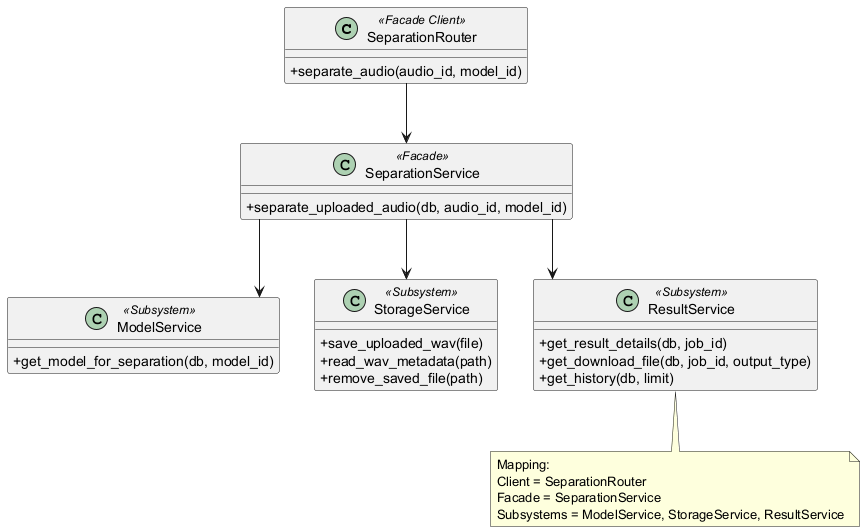
The PlantUML diagram docs/software_design_report/diagrams/img/facade_project.png in ASHRAF-2004/Machine-Learning-Based-System-for-Cardiopulmonary-Sound-Separation, before a commit.
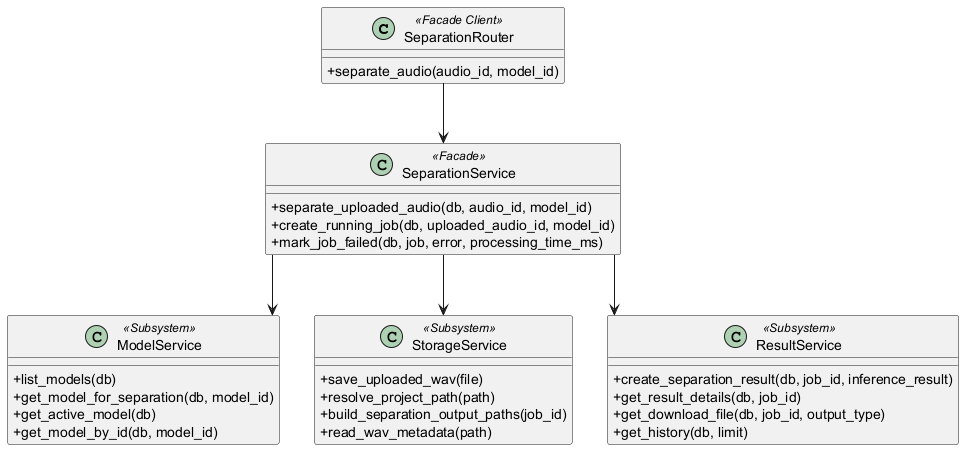
The same file after the commit.

Commit message:
Align pattern diagrams and finalize report build

What changed in the source:
```diff
@@ -10,19 +10,26 @@
 
 class SeparationService <<Facade>> {
   +separate_uploaded_audio(db, audio_id, model_id)
+  +create_running_job(db, uploaded_audio_id, model_id)
+  +mark_job_failed(db, job, error, processing_time_ms)
 }
 
 class ModelService <<Subsystem>> {
+  +list_models(db)
   +get_model_for_separation(db, model_id)
+  +get_active_model(db)
+  +get_model_by_id(db, model_id)
 }
 
 class StorageService <<Subsystem>> {
   +save_uploaded_wav(file)
+  +resolve_project_path(path)
+  +build_separation_output_paths(job_id)
   +read_wav_metadata(path)
-  +remove_saved_file(path)
 }
 
 class ResultService <<Subsystem>> {
+  +create_separation_result(db, job_id, inference_result)
   +get_result_details(db, job_id)
   +get_download_file(db, job_id, output_type)
   +get_history(db, limit)
@@ -33,11 +40,4 @@
 SeparationService --> StorageService
 SeparationService --> ResultService
 
-note bottom
-  Mapping:
-  Client = SeparationRouter
-  Facade = SeparationService
-  Subsystems = ModelService, StorageService, ResultService
-end note
-
 @enduml
```
